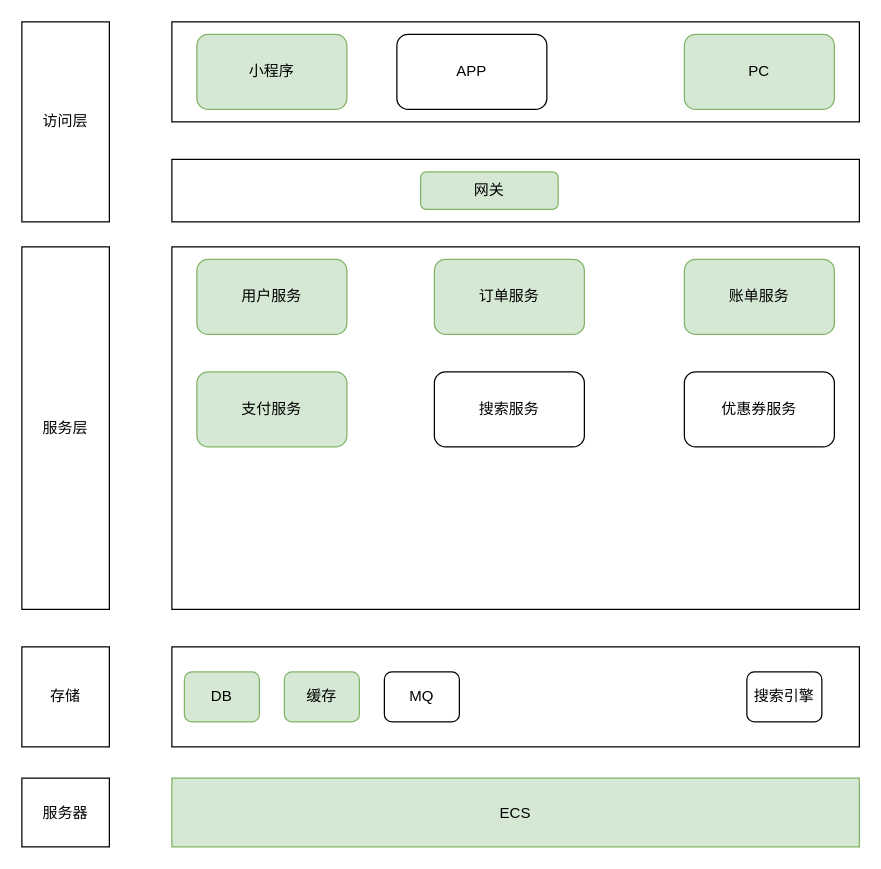
Before: page "天使陪护-应用图" (7 of 10) of 业务图.drawio in Blank-eyes/Architecture-diagram, a draw.io diagram. Source tidied: cells renumbered, new cells numbered last; positions are measured from the earlier drawing's top-left corner, leaving out a move shared by most shapes. Both pictures are drawn from the tidied source at 125%, with x=0, y=0 at pixel (21, 21).
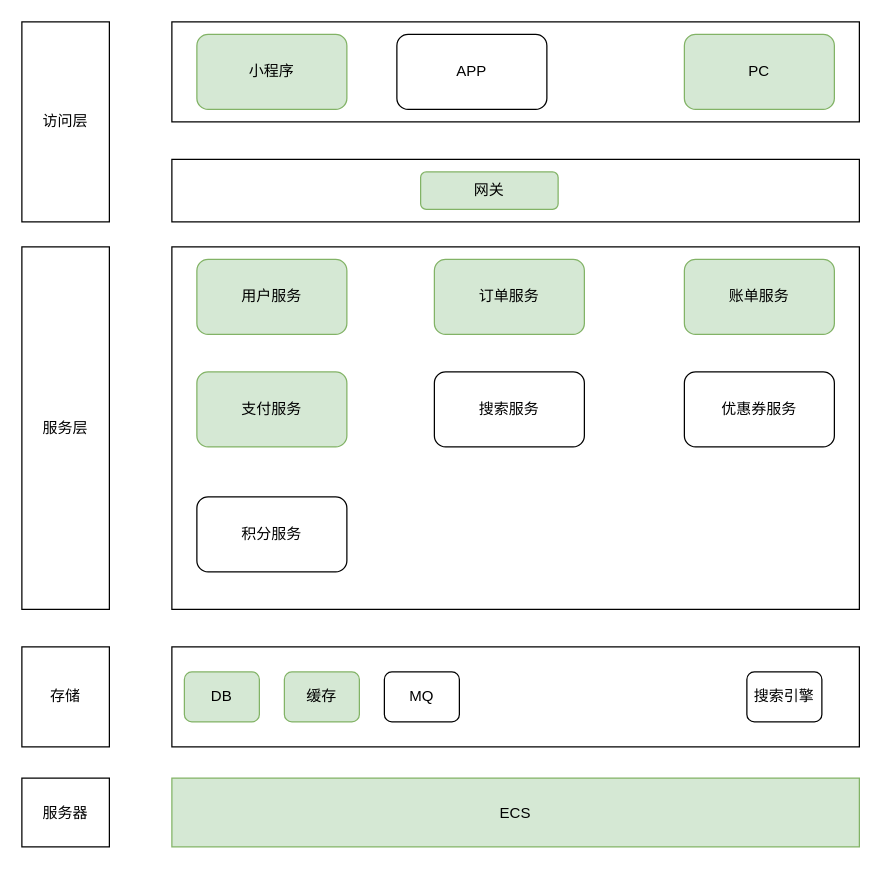
Above is the later version.

Diff of the diagram source:
```diff
@@
+    <mxCell id="25" value="积分服务" style="rounded=1;whiteSpace=wrap;html=1;" parent="1" vertex="1">
+      <mxGeometry x="140" y="380" width="120" height="60" as="geometry" />
+    </mxCell>
```
